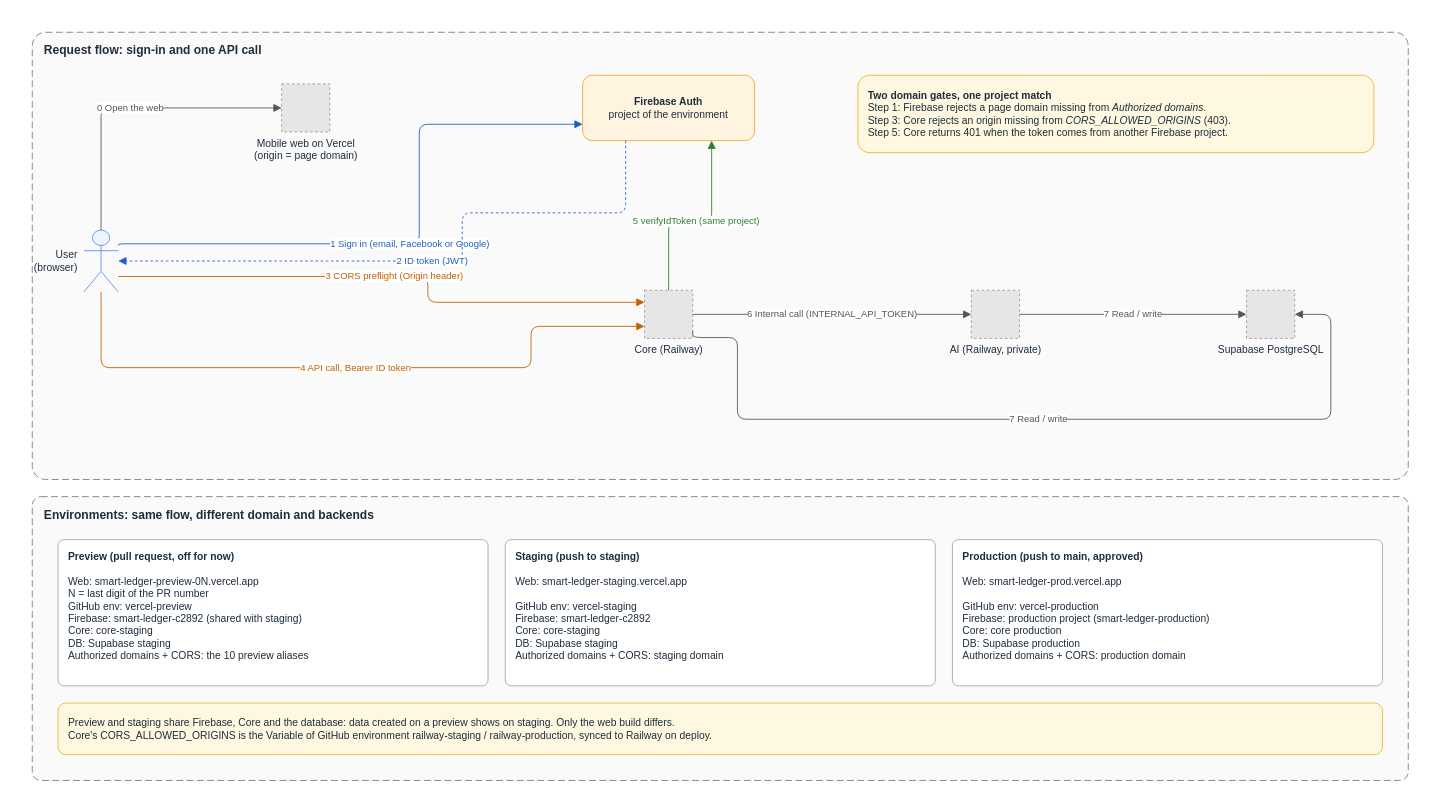
Earlier version of the draw.io diagram docs/architecture/diagrams/src/auth-request-flow.drawio (miphu2804/smart-ledger). Source tidied: cells renumbered, new cells numbered last; positions are measured from the earlier drawing's top-left corner, leaving out a move shared by most shapes. Both pictures are drawn from the tidied source at 86%, with x=0, y=0 at pixel (15, 15). Pictures stored in the file or linked from it are replaced by grey dashed boxes.
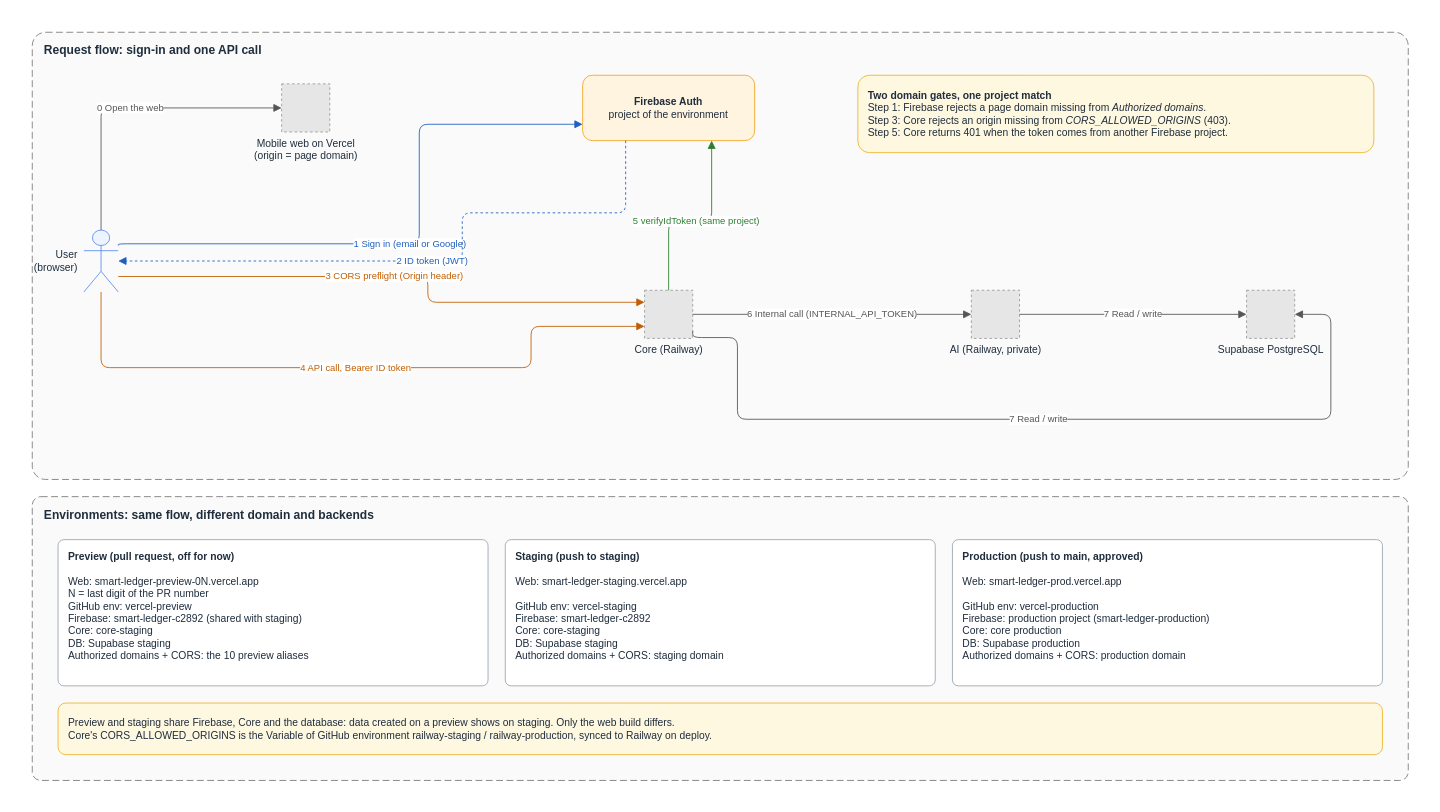
The same diagram, later.

The change refers to these unchanged cells:
```xml
<mxCell id="4" value="User&lt;br&gt;(browser)" style="shape=umlActor;labelPosition=left;verticalLabelPosition=middle;align=right;verticalAlign=middle;spacingRight=6;html=1;fillColor=#eef4ff;strokeColor=#5b8def;fontSize=12;fontColor=#1f2d3d;" parent="3" vertex="1">
  <mxGeometry x="60" y="230" width="40" height="72" as="geometry" />
</mxCell>
<mxCell id="6" value="Firebase Auth&lt;br&gt;&lt;span style=&quot;font-weight:normal&quot;&gt;project of the environment&lt;/span&gt;" style="rounded=1;whiteSpace=wrap;html=1;fillColor=#fff4e0;strokeColor=#f5a623;fontColor=#1f2d3d;fontSize=12;fontStyle=1;" parent="3" vertex="1">
  <mxGeometry x="640" y="50" width="200" height="76" as="geometry" />
</mxCell>
```

What changed in the source:
```diff
@@
-    <mxCell id="12" value="1 Sign in (email, Facebook or Google)" style="edgeStyle=orthogonalEdgeStyle;rounded=1;jettySize=auto;html=1;endArrow=block;endSize=7;fontSize=11;labelBackgroundColor=#ffffff;fontColor=#1f5fbf;strokeColor=#1f5fbf;exitX=1;exitY=0.25;entryX=0;entryY=0.75;" parent="1" edge="1" source="4" target="6">
+    <mxCell id="12" value="1 Sign in (email or Google)" style="edgeStyle=orthogonalEdgeStyle;rounded=1;jettySize=auto;html=1;endArrow=block;endSize=7;fontSize=11;labelBackgroundColor=#ffffff;fontColor=#1f5fbf;strokeColor=#1f5fbf;exitX=1;exitY=0.25;entryX=0;entryY=0.75;" parent="1" edge="1" source="4" target="6">
       <mxGeometry relative="1" as="geometry">
         <Array as="points">
           <mxPoint x="470" y="266" />
           <mxPoint x="470" y="127" />
         </Array>
       </mxGeometry>
     </mxCell>
```
